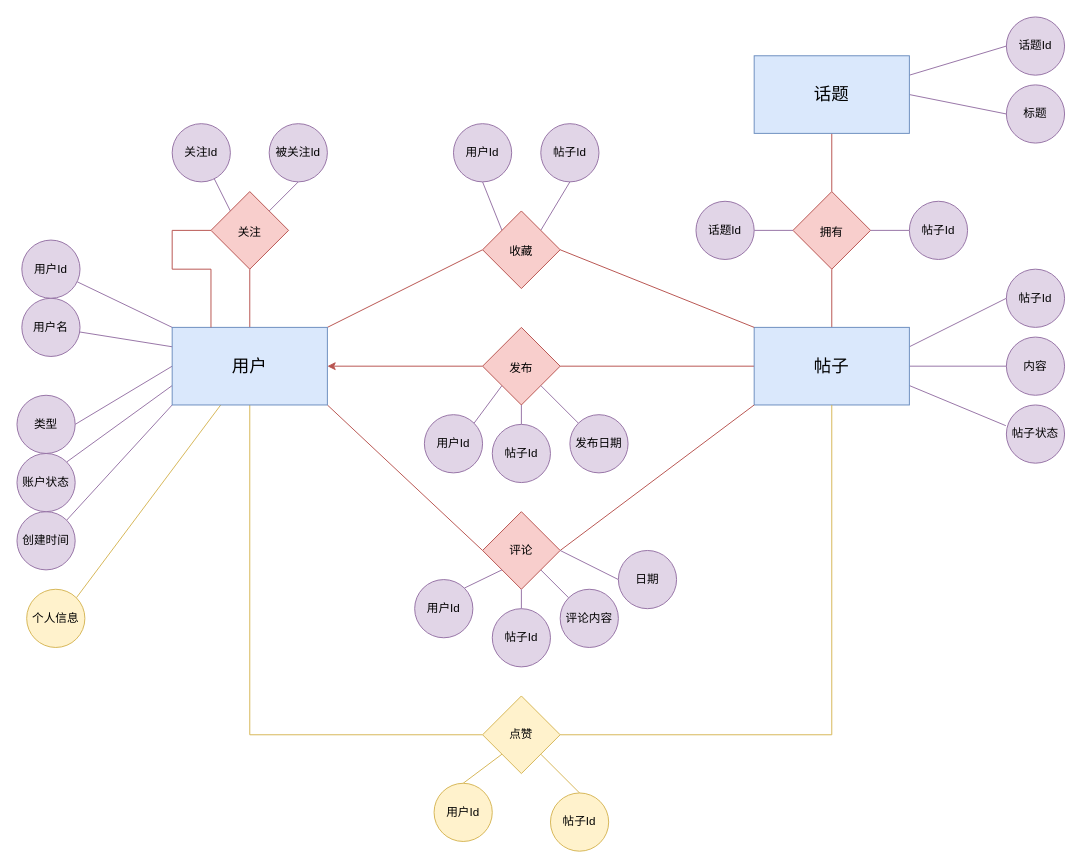
The draw.io diagram map/minihubER.drawio in msqtt/Sources, before the edit. Source tidied: cells renumbered, new cells numbered last; positions are measured from the earlier drawing's top-left corner, leaving out a move shared by most shapes. Both pictures are drawn from the tidied source at 97%, with x=0, y=0 at pixel (16, 16).
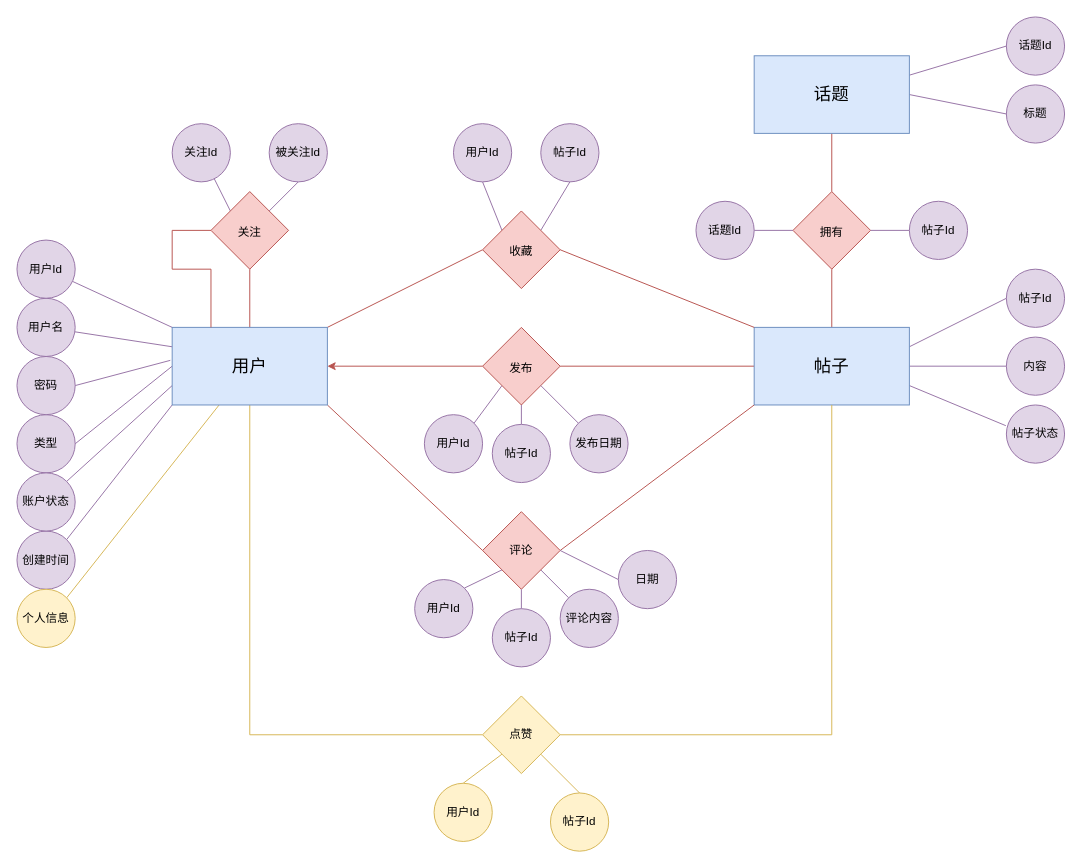
Above is the later version.

The change refers to these unchanged cells:
```xml
<mxCell id="16" value="&lt;font style=&quot;font-size: 18px;&quot;&gt;用户&lt;/font&gt;" style="rounded=0;whiteSpace=wrap;html=1;strokeColor=#6c8ebf;fillColor=#dae8fc;" parent="1" vertex="1">
  <mxGeometry x="160" y="320" width="160" height="80" as="geometry" />
</mxCell>
```

Diff of the diagram source:
```diff
@@
     <mxCell id="29" value="用户名" style="ellipse;whiteSpace=wrap;html=1;fillColor=#e1d5e7;strokeColor=#9673a6;rounded=0;" parent="1" vertex="1">
-      <mxGeometry x="5" y="290" width="60" height="60" as="geometry" />
+      <mxGeometry y="290" width="60" height="60" as="geometry" />
     </mxCell>
     <mxCell id="30" value="用户Id" style="ellipse;whiteSpace=wrap;html=1;fillColor=#e1d5e7;strokeColor=#9673a6;rounded=0;" parent="1" vertex="1">
-      <mxGeometry x="5" y="230" width="60" height="60" as="geometry" />
+      <mxGeometry y="230" width="60" height="60" as="geometry" />
     </mxCell>
@@
     <mxCell id="41" value="类型" style="ellipse;whiteSpace=wrap;html=1;fillColor=#e1d5e7;strokeColor=#9673a6;rounded=0;" parent="1" vertex="1">
-      <mxGeometry y="390" width="60" height="60" as="geometry" />
+      <mxGeometry y="410" width="60" height="60" as="geometry" />
     </mxCell>
     <mxCell id="42" value="创建时间" style="ellipse;whiteSpace=wrap;html=1;fillColor=#e1d5e7;strokeColor=#9673a6;rounded=0;" parent="1" vertex="1">
-      <mxGeometry y="510" width="60" height="60" as="geometry" />
+      <mxGeometry y="530" width="60" height="60" as="geometry" />
     </mxCell>
     <mxCell id="43" value="账户状态" style="ellipse;whiteSpace=wrap;html=1;fillColor=#e1d5e7;strokeColor=#9673a6;rounded=0;" parent="1" vertex="1">
-      <mxGeometry y="450" width="60" height="60" as="geometry" />
+      <mxGeometry y="470" width="60" height="60" as="geometry" />
     </mxCell>
@@
     <mxCell id="45" value="个人信息" style="ellipse;whiteSpace=wrap;html=1;fillColor=#fff2cc;strokeColor=#d6b656;rounded=0;" parent="1" vertex="1">
-      <mxGeometry x="10" y="590" width="60" height="60" as="geometry" />
+      <mxGeometry y="590" width="60" height="60" as="geometry" />
     </mxCell>
@@
+    <mxCell id="75" style="edgeStyle=none;shape=connector;rounded=0;jettySize=auto;html=1;exitX=1;exitY=0.5;exitDx=0;exitDy=0;entryX=-0.012;entryY=0.425;entryDx=0;entryDy=0;entryPerimeter=0;labelBackgroundColor=default;strokeColor=#9673a6;fontFamily=Helvetica;fontSize=11;fontColor=#143642;endArrow=none;endFill=0;fillColor=#e1d5e7;" parent="1" edge="1" source="76" target="16">
+      <mxGeometry relative="1" as="geometry" />
+    </mxCell>
+    <mxCell id="76" value="密码" style="ellipse;whiteSpace=wrap;html=1;fillColor=#e1d5e7;strokeColor=#9673a6;rounded=0;" parent="1" vertex="1">
+      <mxGeometry y="350" width="60" height="60" as="geometry" />
+    </mxCell>
```
